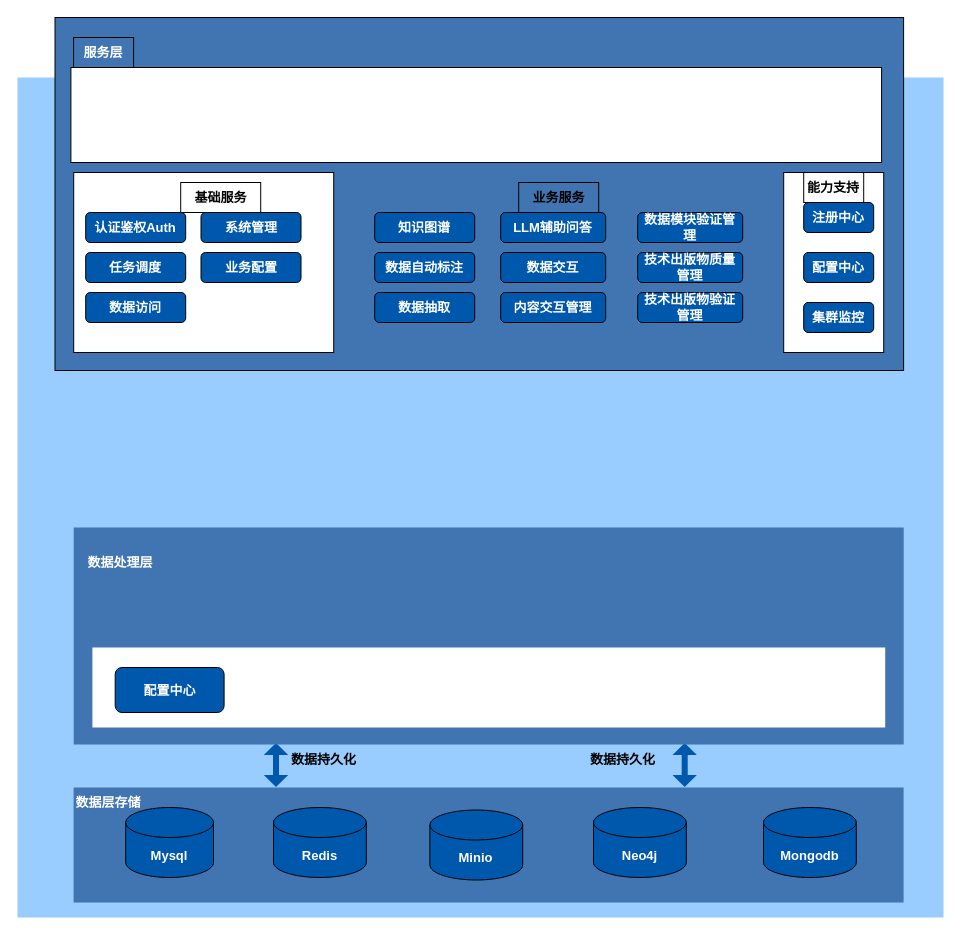
Above: 数据检索与维修数据服/数据检索与维修数据服务技术架构图.drawio in DemonHan/KuickBuy (draw.io), before the change. Source tidied: cells renumbered, new cells numbered last; positions are measured from the earlier drawing's top-left corner, leaving out a move shared by most shapes. Both pictures are drawn from the tidied source at 100%, with x=0, y=0 at pixel (17, 17).
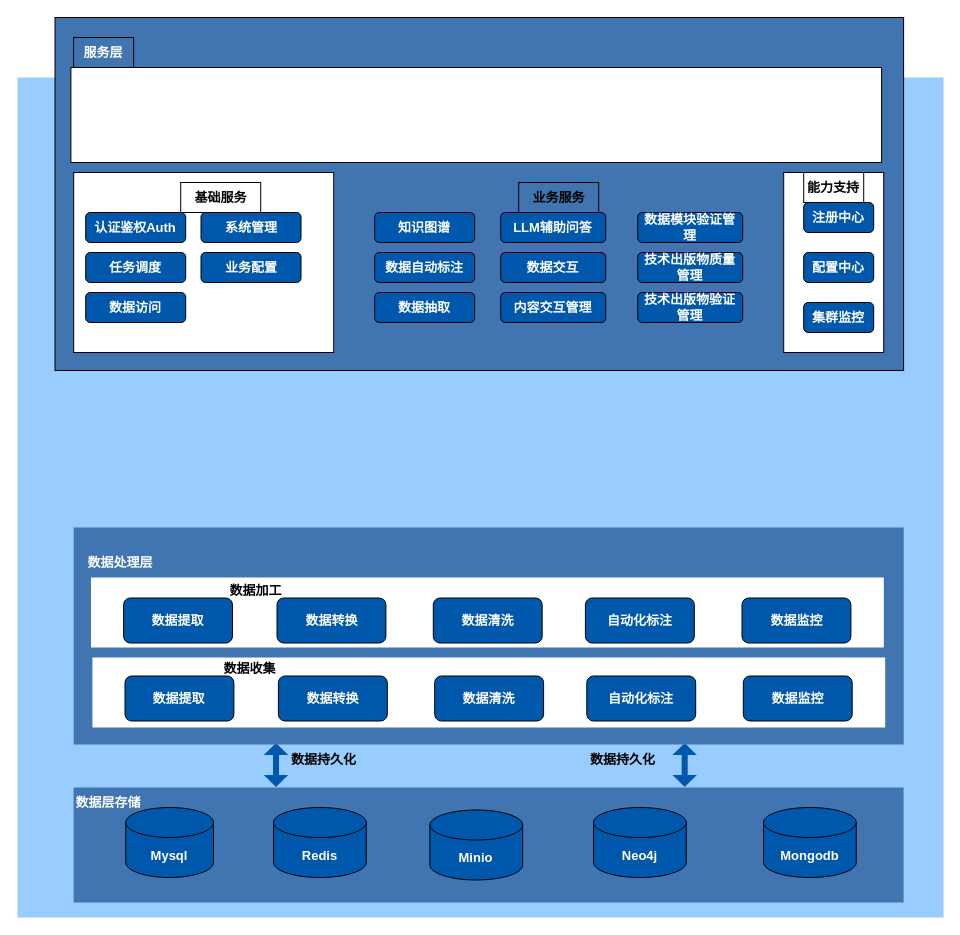
The same page after the edit.

Commit message (it also covers changes not shown here):
更新数据检索与维修数据服务技术架构图.drawio

Change to the diagram source:
```diff
@@
     <mxCell id="42" style="rounded=0;whiteSpace=wrap;html=1;fontStyle=1;fontSize=13;fillColor=#FFFFFF;strokeColor=none;" parent="1" vertex="1">
-      <mxGeometry x="74.9" y="630" width="792.8" height="80" as="geometry" />
+      <mxGeometry x="74.9" y="640" width="792.8" height="70" as="geometry" />
     </mxCell>
-    <mxCell id="43" value="配置中心" style="rounded=1;whiteSpace=wrap;html=1;fontStyle=1;fontSize=13;strokeColor=default;fillColor=#0058AC;fontColor=#FFFFFF;" parent="1" vertex="1">
-      <mxGeometry x="97.7" y="650" width="108.9" height="45" as="geometry" />
+    <mxCell id="43" value="数据提取" style="rounded=1;whiteSpace=wrap;html=1;fontStyle=1;fontSize=13;strokeColor=default;fillColor=#0058AC;fontColor=#FFFFFF;" parent="1" vertex="1">
+      <mxGeometry x="107.5" y="658.5" width="108.9" height="45" as="geometry" />
     </mxCell>
+    <mxCell id="44" value="数据转换" style="rounded=1;whiteSpace=wrap;html=1;fontStyle=1;fontSize=13;strokeColor=default;fillColor=#0058AC;fontColor=#FFFFFF;" parent="1" vertex="1">
+      <mxGeometry x="260.9" y="658.5" width="108.9" height="45" as="geometry" />
+    </mxCell>
+    <mxCell id="45" value="数据清洗" style="rounded=1;whiteSpace=wrap;html=1;fontStyle=1;fontSize=13;strokeColor=default;fillColor=#0058AC;fontColor=#FFFFFF;" parent="1" vertex="1">
+      <mxGeometry x="417.2" y="658.5" width="108.9" height="45" as="geometry" />
+    </mxCell>
+    <mxCell id="46" value="自动化标注" style="rounded=1;whiteSpace=wrap;html=1;fontStyle=1;fontSize=13;strokeColor=default;fillColor=#0058AC;fontColor=#FFFFFF;" parent="1" vertex="1">
+      <mxGeometry x="569.3" y="658.5" width="108.9" height="45" as="geometry" />
+    </mxCell>
+    <mxCell id="47" value="数据监控" style="rounded=1;whiteSpace=wrap;html=1;fontStyle=1;fontSize=13;strokeColor=default;fillColor=#0058AC;fontColor=#FFFFFF;" parent="1" vertex="1">
+      <mxGeometry x="725.8" y="658.5" width="108.9" height="45" as="geometry" />
+    </mxCell>
+    <mxCell id="48" style="rounded=0;whiteSpace=wrap;html=1;fontStyle=1;fontSize=13;fillColor=#FFFFFF;strokeColor=none;" parent="1" vertex="1">
+      <mxGeometry x="73.5" y="560" width="792.8" height="70" as="geometry" />
+    </mxCell>
+    <mxCell id="49" value="数据提取" style="rounded=1;whiteSpace=wrap;html=1;fontStyle=1;fontSize=13;strokeColor=default;fillColor=#0058AC;fontColor=#FFFFFF;" parent="1" vertex="1">
+      <mxGeometry x="106.1" y="580.5" width="108.9" height="45" as="geometry" />
+    </mxCell>
+    <mxCell id="50" value="数据转换" style="rounded=1;whiteSpace=wrap;html=1;fontStyle=1;fontSize=13;strokeColor=default;fillColor=#0058AC;fontColor=#FFFFFF;" parent="1" vertex="1">
+      <mxGeometry x="259.5" y="580.5" width="108.9" height="45" as="geometry" />
+    </mxCell>
+    <mxCell id="51" value="数据清洗" style="rounded=1;whiteSpace=wrap;html=1;fontStyle=1;fontSize=13;strokeColor=default;fillColor=#0058AC;fontColor=#FFFFFF;" parent="1" vertex="1">
+      <mxGeometry x="415.8" y="580.5" width="108.9" height="45" as="geometry" />
+    </mxCell>
+    <mxCell id="52" value="自动化标注" style="rounded=1;whiteSpace=wrap;html=1;fontStyle=1;fontSize=13;strokeColor=default;fillColor=#0058AC;fontColor=#FFFFFF;" parent="1" vertex="1">
+      <mxGeometry x="567.9" y="580.5" width="108.9" height="45" as="geometry" />
+    </mxCell>
+    <mxCell id="53" value="数据监控" style="rounded=1;whiteSpace=wrap;html=1;fontStyle=1;fontSize=13;strokeColor=default;fillColor=#0058AC;fontColor=#FFFFFF;" parent="1" vertex="1">
+      <mxGeometry x="724.5" y="580.5" width="108.9" height="45" as="geometry" />
+    </mxCell>
+    <mxCell id="54" value="数据收集" style="text;html=1;align=center;verticalAlign=middle;strokeColor=none;fillColor=none;fontStyle=1;fontSize=13;" parent="1" vertex="1">
+      <mxGeometry x="191.5" y="636" width="80" height="30" as="geometry" />
+    </mxCell>
+    <mxCell id="55" value="数据加工" style="text;html=1;align=center;verticalAlign=middle;strokeColor=none;fillColor=none;fontStyle=1;fontSize=13;" parent="1" vertex="1">
+      <mxGeometry x="197.5" y="558" width="80" height="30" as="geometry" />
+    </mxCell>
```
